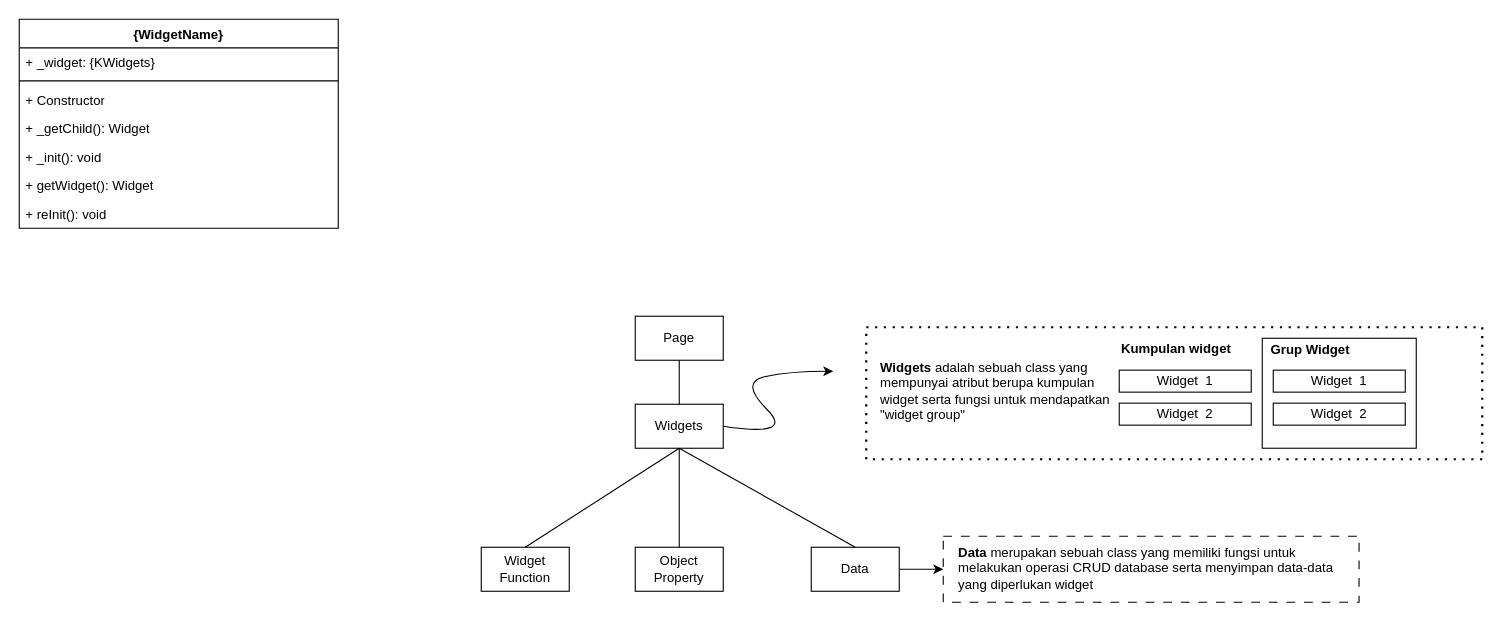
This is page "Widget Structure" (2 of 2) of Widgets Abstract Class.drawio from andrr64/KeuanganKu, a draw.io file, before an edit. Source tidied: cells renumbered, new cells numbered last; positions are measured from the earlier drawing's top-left corner, leaving out a move shared by most shapes. Both pictures are drawn from the tidied source at 110%, with x=0, y=0 at pixel (19, 19).
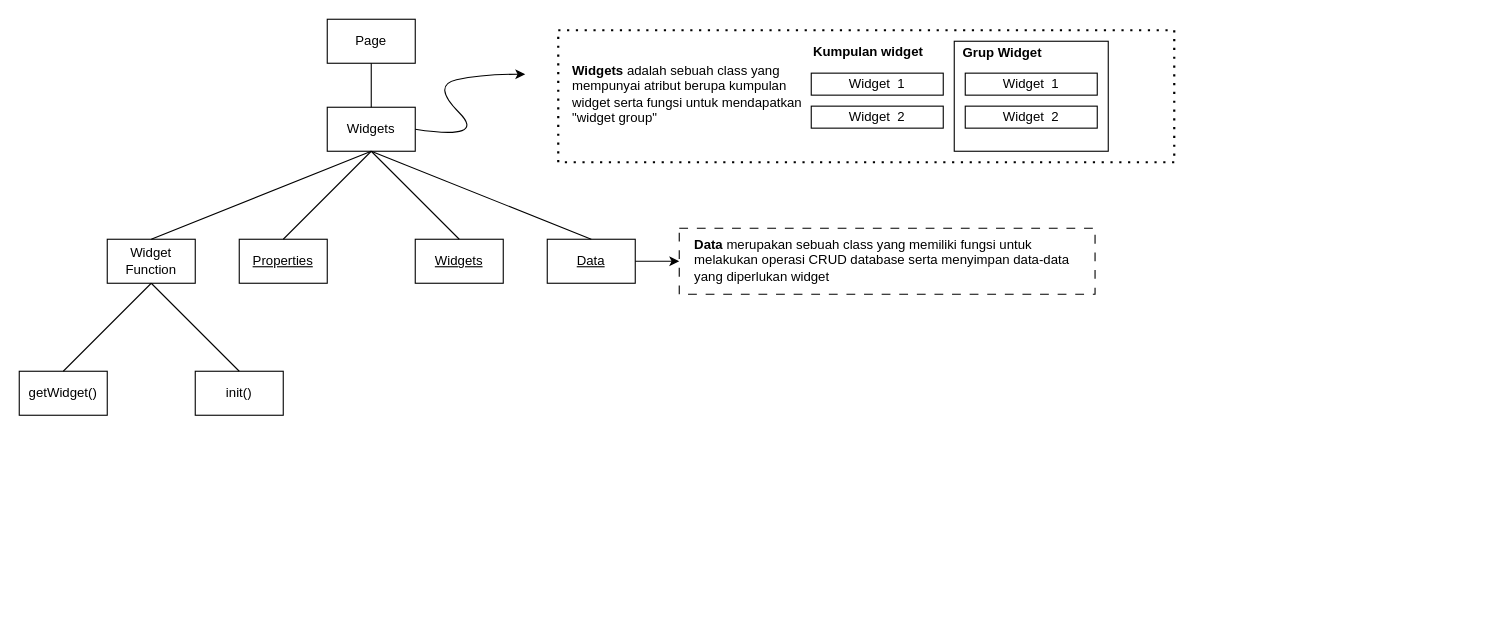
Above is the later version.

Change to the diagram source:
```diff
@@
-    <mxCell id="2" value="{WidgetName}" style="swimlane;fontStyle=1;align=center;verticalAlign=top;horizontal=1;startSize=26;whiteSpace=wrap;html=1;" parent="1" vertex="1">
-      <mxGeometry width="290" height="190" as="geometry" />
-    </mxCell>
-    <mxCell id="3" value="+ _widget: {KWidgets}" style="text;strokeColor=none;fillColor=none;align=left;verticalAlign=top;spacingLeft=4;spacingRight=4;overflow=hidden;whiteSpace=wrap;html=1;" parent="2" vertex="1">
-      <mxGeometry y="26" width="290" height="26" as="geometry" />
-    </mxCell>
-    <mxCell id="4" style="line;strokeWidth=1;fillColor=none;align=left;verticalAlign=middle;spacingTop=-1;spacingLeft=3;spacingRight=3;labelPosition=right;strokeColor=inherit;" parent="2" vertex="1">
-      <mxGeometry y="52" width="290" height="8" as="geometry" />
-    </mxCell>
-    <mxCell id="5" value="+ Constructor" style="text;strokeColor=none;fillColor=none;align=left;verticalAlign=top;spacingLeft=4;spacingRight=4;overflow=hidden;whiteSpace=wrap;html=1;" parent="2" vertex="1">
-      <mxGeometry y="60" width="290" height="26" as="geometry" />
-    </mxCell>
-    <mxCell id="6" value="+ _getChild(): Widget" style="text;strokeColor=none;fillColor=none;align=left;verticalAlign=top;spacingLeft=4;spacingRight=4;overflow=hidden;whiteSpace=wrap;html=1;" parent="2" vertex="1">
-      <mxGeometry y="86" width="290" height="26" as="geometry" />
-    </mxCell>
-    <mxCell id="7" value="+ _init(): void" style="text;strokeColor=none;fillColor=none;align=left;verticalAlign=top;spacingLeft=4;spacingRight=4;overflow=hidden;whiteSpace=wrap;html=1;" parent="2" vertex="1">
-      <mxGeometry y="112" width="290" height="26" as="geometry" />
-    </mxCell>
-    <mxCell id="8" value="+ getWidget(): Widget" style="text;strokeColor=none;fillColor=none;align=left;verticalAlign=top;spacingLeft=4;spacingRight=4;overflow=hidden;whiteSpace=wrap;html=1;" parent="2" vertex="1">
-      <mxGeometry y="138" width="290" height="26" as="geometry" />
-    </mxCell>
-    <mxCell id="9" value="+ reInit(): void" style="text;strokeColor=none;fillColor=none;align=left;verticalAlign=top;spacingLeft=4;spacingRight=4;overflow=hidden;whiteSpace=wrap;html=1;" parent="2" vertex="1">
-      <mxGeometry y="164" width="290" height="26" as="geometry" />
-    </mxCell>
     <mxCell id="10" value="Page" style="rounded=0;whiteSpace=wrap;html=1;" parent="1" vertex="1">
-      <mxGeometry x="560" y="270" width="80" height="40" as="geometry" />
+      <mxGeometry x="280" width="80" height="40" as="geometry" />
     </mxCell>
     <mxCell id="11" value="Widgets" style="rounded=0;whiteSpace=wrap;html=1;" parent="1" vertex="1">
-      <mxGeometry x="560" y="350" width="80" height="40" as="geometry" />
+      <mxGeometry x="280" y="80" width="80" height="40" as="geometry" />
     </mxCell>
@@
     <mxCell id="13" value="Widget Function" style="html=1;whiteSpace=wrap;" parent="1" vertex="1">
-      <mxGeometry x="420" y="480" width="80" height="40" as="geometry" />
+      <mxGeometry x="80" y="200" width="80" height="40" as="geometry" />
     </mxCell>
-    <mxCell id="14" value="Data" style="html=1;whiteSpace=wrap;" parent="1" vertex="1">
-      <mxGeometry x="720" y="480" width="80" height="40" as="geometry" />
+    <mxCell id="14" value="&lt;u&gt;Data&lt;/u&gt;" style="html=1;whiteSpace=wrap;" parent="1" vertex="1">
+      <mxGeometry x="480" y="200" width="80" height="40" as="geometry" />
     </mxCell>
     <mxCell id="15" style="curved=1;endArrow=classic;html=1;rounded=0;exitX=1;exitY=0.5;exitDx=0;exitDy=0;" parent="1" edge="1" source="11">
       <mxGeometry relative="1" as="geometry">
-        <mxPoint x="740" y="320" as="targetPoint" />
+        <mxPoint x="460" y="50" as="targetPoint" />
         <Array as="points">
-          <mxPoint x="705" y="380" />
-          <mxPoint x="655" y="330" />
-          <mxPoint x="700" y="320" />
+          <mxPoint x="425" y="110" />
+          <mxPoint x="375" y="60" />
+          <mxPoint x="420" y="50" />
         </Array>
       </mxGeometry>
     </mxCell>
     <mxCell id="16" value="&lt;b&gt;Widgets &lt;/b&gt;adalah sebuah class yang mempunyai atribut berupa kumpulan widget serta fungsi untuk mendapatkan &quot;widget group&quot;" style="text;html=1;strokeColor=none;fillColor=none;align=left;verticalAlign=middle;whiteSpace=wrap;rounded=0;" parent="1" vertex="1">
-      <mxGeometry x="781" y="323" width="220" height="30" as="geometry" />
+      <mxGeometry x="501" y="53" width="220" height="30" as="geometry" />
     </mxCell>
     <mxCell id="17" style="endArrow=none;dashed=1;html=1;dashPattern=1 3;strokeWidth=2;rounded=0;" parent="1" edge="1">
       <mxGeometry relative="1" as="geometry">
-        <mxPoint x="1330" y="400" as="sourcePoint" />
-        <mxPoint x="1330" y="400" as="targetPoint" />
+        <mxPoint x="1050" y="130" as="sourcePoint" />
+        <mxPoint x="1050" y="130" as="targetPoint" />
         <Array as="points">
-          <mxPoint x="770" y="400" />
-          <mxPoint x="770" y="280" />
-          <mxPoint x="1210" y="280" />
-          <mxPoint x="1330" y="280" />
+          <mxPoint x="490" y="130" />
+          <mxPoint x="490" y="10" />
+          <mxPoint x="930" y="10" />
+          <mxPoint x="1050" y="10" />
         </Array>
       </mxGeometry>
     </mxCell>
@@
     <mxCell id="19" style="group;" parent="1" vertex="1">
-      <mxGeometry x="840" y="470" width="378" height="60" as="geometry" />
+      <mxGeometry x="600" y="190" width="378" height="60" as="geometry" />
     </mxCell>
@@
     <mxCell id="22" style="group;fontStyle=1;" parent="1" vertex="1">
-      <mxGeometry x="1000" y="290" width="270" height="100" as="geometry" />
+      <mxGeometry x="720" y="20" width="270" height="100" as="geometry" />
     </mxCell>
@@
-    <mxCell id="30" value="Object Property" style="html=1;whiteSpace=wrap;" parent="1" vertex="1">
-      <mxGeometry x="560" y="480" width="80" height="40" as="geometry" />
+    <mxCell id="30" value="&lt;u&gt;Properties&lt;/u&gt;" style="html=1;whiteSpace=wrap;" parent="1" vertex="1">
+      <mxGeometry x="200" y="200" width="80" height="40" as="geometry" />
     </mxCell>
@@
+    <mxCell id="34" value="getWidget()" style="rounded=0;whiteSpace=wrap;html=1;" parent="1" vertex="1">
+      <mxGeometry y="320" width="80" height="40" as="geometry" />
+    </mxCell>
+    <mxCell id="35" value="init()" style="rounded=0;whiteSpace=wrap;html=1;" parent="1" vertex="1">
+      <mxGeometry x="160" y="320" width="80" height="40" as="geometry" />
+    </mxCell>
+    <mxCell id="36" style="endArrow=none;html=1;rounded=0;exitX=0.5;exitY=0;exitDx=0;exitDy=0;entryX=0.5;entryY=1;entryDx=0;entryDy=0;" parent="1" edge="1" source="34" target="13">
+      <mxGeometry relative="1" as="geometry" />
+    </mxCell>
+    <mxCell id="37" style="endArrow=none;html=1;rounded=0;entryX=0.5;entryY=1;entryDx=0;entryDy=0;exitX=0.5;exitY=0;exitDx=0;exitDy=0;" parent="1" edge="1" source="35" target="13">
+      <mxGeometry relative="1" as="geometry" />
+    </mxCell>
+    <mxCell id="38" value="&lt;u&gt;Widgets&lt;/u&gt;" style="html=1;whiteSpace=wrap;" parent="1" vertex="1">
+      <mxGeometry x="360" y="200" width="80" height="40" as="geometry" />
+    </mxCell>
+    <mxCell id="39" style="endArrow=none;html=1;rounded=0;entryX=0.5;entryY=1;entryDx=0;entryDy=0;exitX=0.5;exitY=0;exitDx=0;exitDy=0;" parent="1" edge="1" source="38" target="11">
+      <mxGeometry relative="1" as="geometry" />
+    </mxCell>
```
